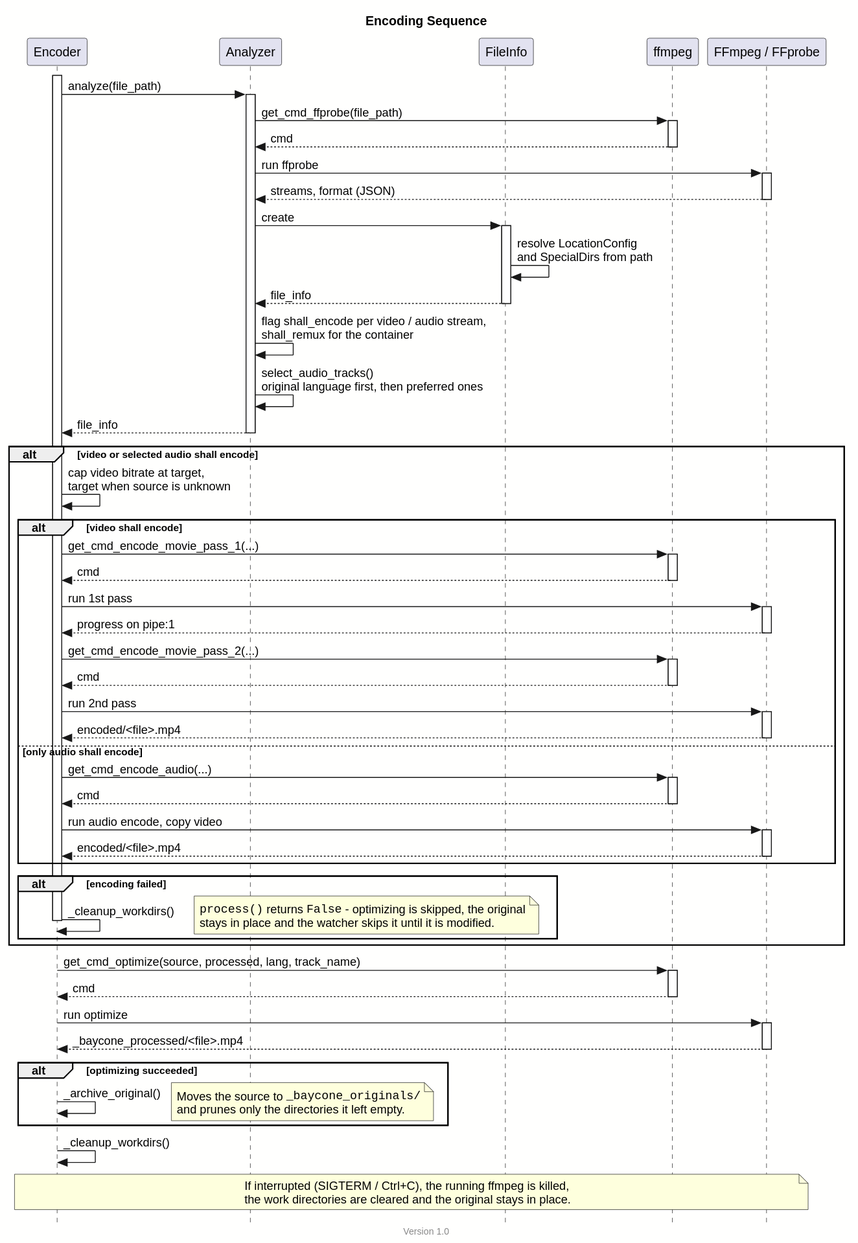
Above: docs/encoding_sequence.svg in theobaldik/baycone (PlantUML), before the change. Its source is kept beside it as docs/encoding_sequence.puml.
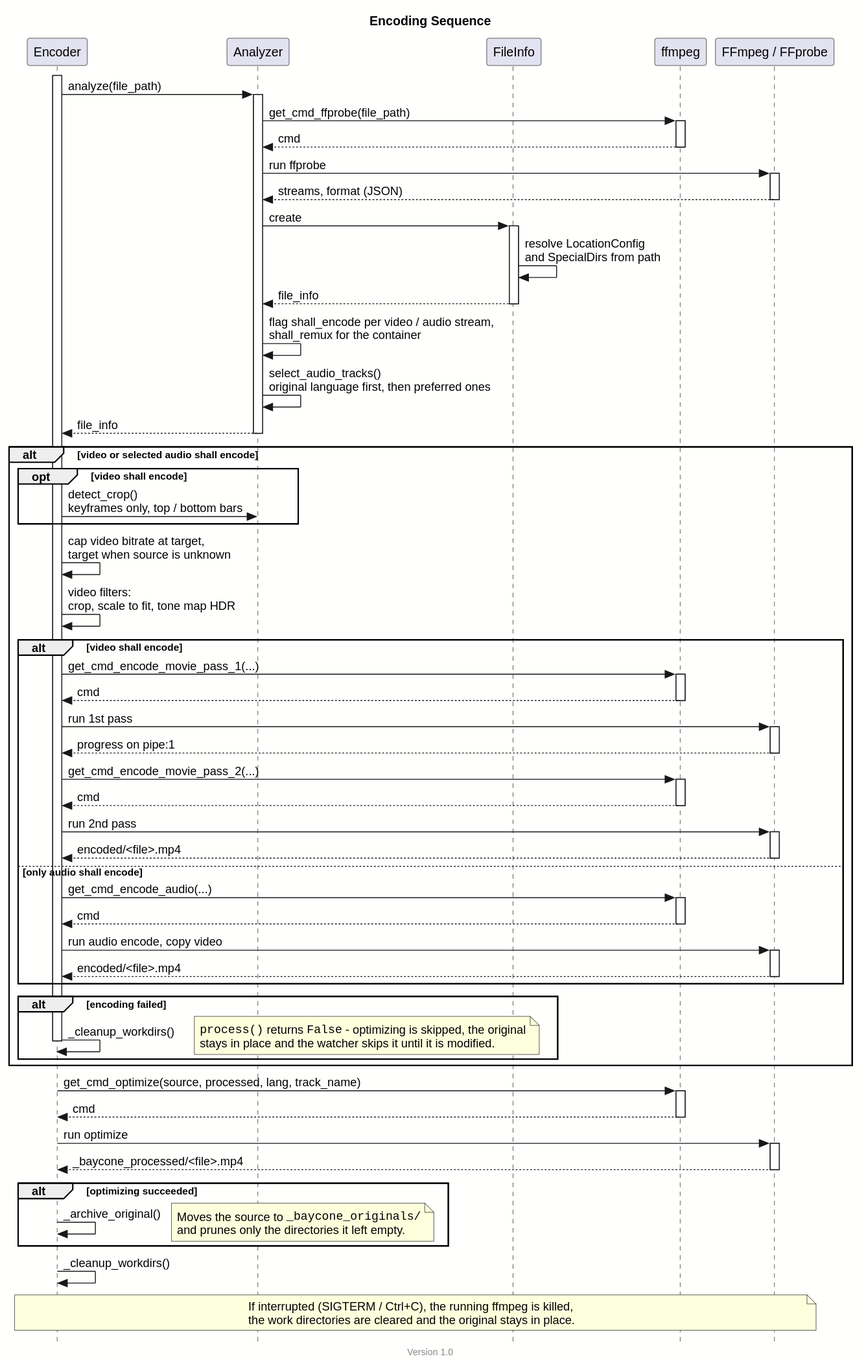
The same diagram one commit later.

Diff of the diagram source:
```diff
@@ -39,7 +39,11 @@
 deactivate analyzer
 
 alt video or selected audio shall encode
+    opt video shall encode
+        encoder -> analyzer : detect_crop()\nkeyframes only, top / bottom bars
+    end
     encoder -> encoder : cap video bitrate at target,\ntarget when source is unknown
+    encoder -> encoder : video filters:\ncrop, scale to fit, tone map HDR
 
     alt video shall encode
         encoder -> cmd : get_cmd_encode_movie_pass_1(...)
```
